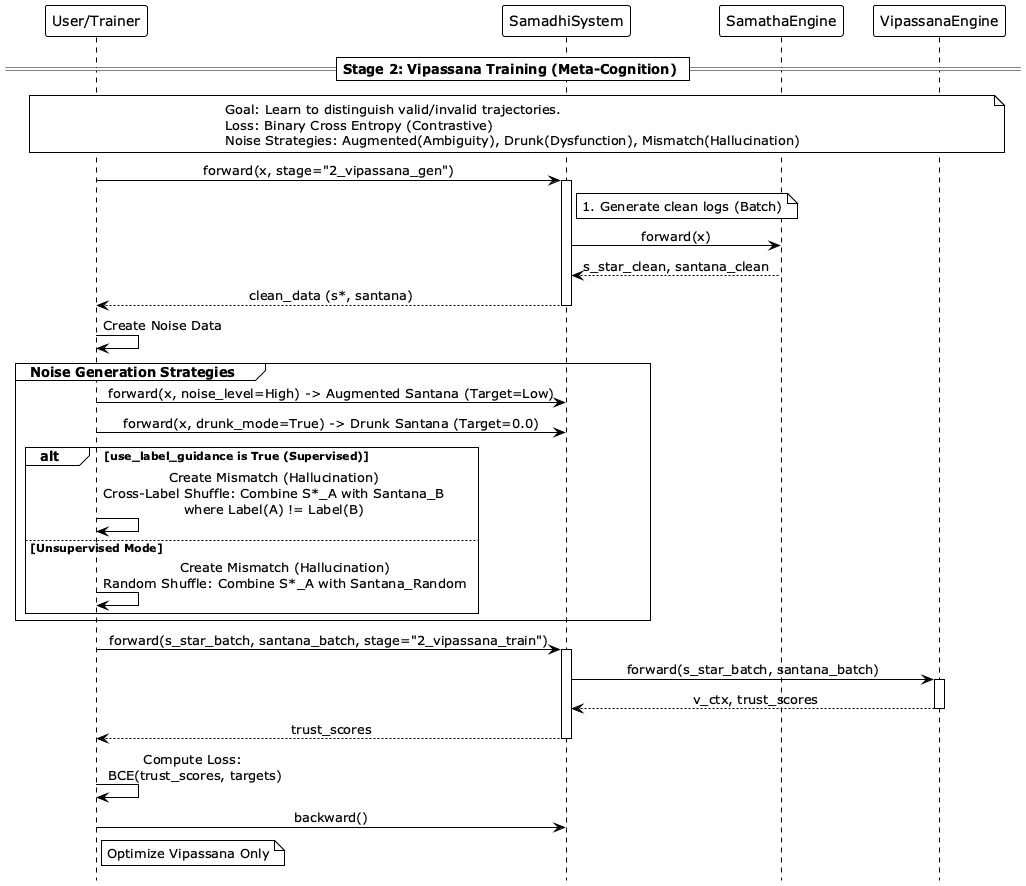
Above: docs/diagrams/images/v4_sequence_diagram_training_stage2.png in tamatebox/satipatthana-framework (PlantUML), before the change. The source it was exported from:
```plantuml
@startuml v4_sequence_diagram_training_stage2
!theme plain
hide footbox
skinparam sequenceMessageAlign center

participant "User/Trainer" as Trainer
participant "SamadhiSystem" as System
participant "SamathaEngine" as Samatha
participant "VipassanaEngine" as Vipassana

== Stage 2: Vipassana Training (Meta-Cognition) ==
note over Trainer, Vipassana
Goal: Learn to distinguish valid/invalid trajectories.
Loss: Binary Cross Entropy (Contrastive)
Noise Strategies: Augmented(Ambiguity), Drunk(Dysfunction), Mismatch(Hallucination)
end note

Trainer -> System: forward(x, stage="2_vipassana_gen")
activate System
    note right of System: 1. Generate clean logs (Batch)
    System -> Samatha: forward(x)
    Samatha --> System: s_star_clean, santana_clean
System --> Trainer: clean_data (s*, santana)
deactivate System

Trainer -> Trainer: Create Noise Data
group Noise Generation Strategies
    Trainer -> System: forward(x, noise_level=High) -> Augmented Santana (Target=Low)
    Trainer -> System: forward(x, drunk_mode=True) -> Drunk Santana (Target=0.0)

    alt use_label_guidance is True (Supervised)
        Trainer -> Trainer: Create Mismatch (Hallucination)\nCross-Label Shuffle: Combine S*_A with Santana_B\nwhere Label(A) != Label(B)
    else Unsupervised Mode
        Trainer -> Trainer: Create Mismatch (Hallucination)\nRandom Shuffle: Combine S*_A with Santana_Random
    end
end

Trainer -> System: forward(s_star_batch, santana_batch, stage="2_vipassana_train")
activate System
    System -> Vipassana: forward(s_star_batch, santana_batch)
    activate Vipassana
    Vipassana --> System: v_ctx, trust_scores
    deactivate Vipassana
System --> Trainer: trust_scores
deactivate System

Trainer -> Trainer: Compute Loss:\n BCE(trust_scores, targets)
Trainer -> System: backward()
note right of Trainer: Optimize Vipassana Only

@enduml
```
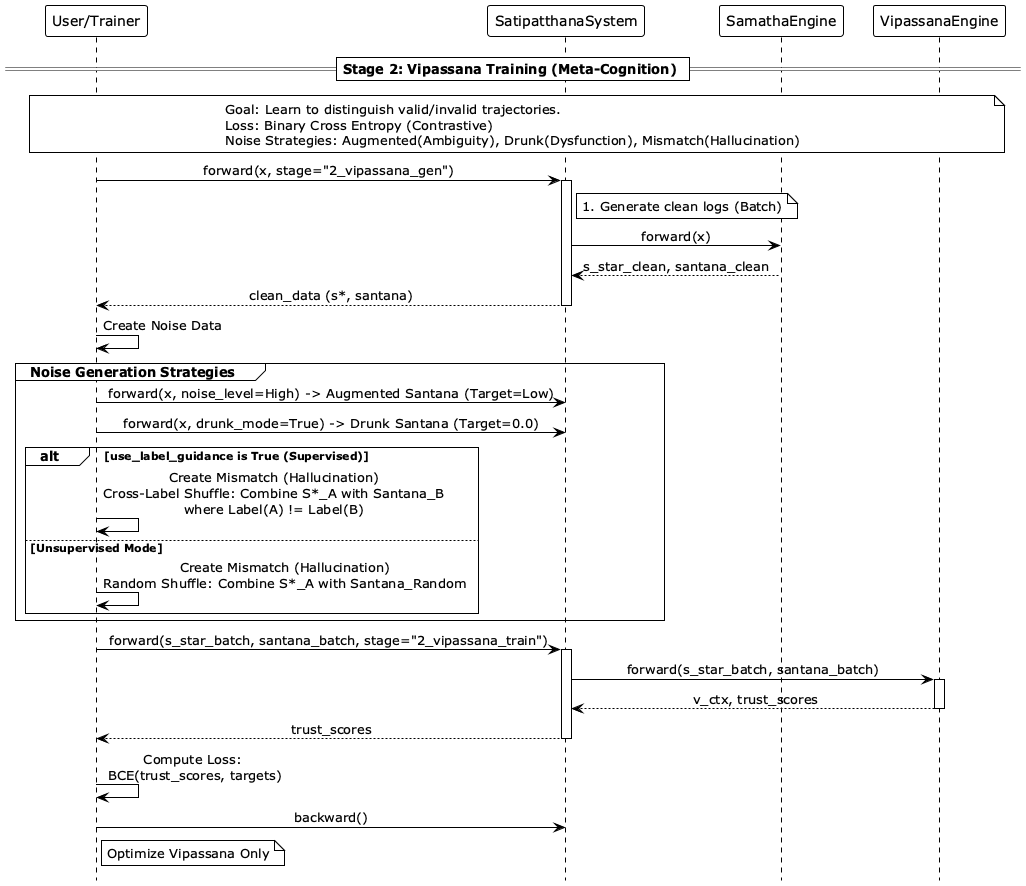
After the change.

The edit, as a diff of the source:
```diff
@@ -4,7 +4,7 @@
 skinparam sequenceMessageAlign center
 
 participant "User/Trainer" as Trainer
-participant "SamadhiSystem" as System
+participant "SatipatthanaSystem" as System
 participant "SamathaEngine" as Samatha
 participant "VipassanaEngine" as Vipassana
 
```
